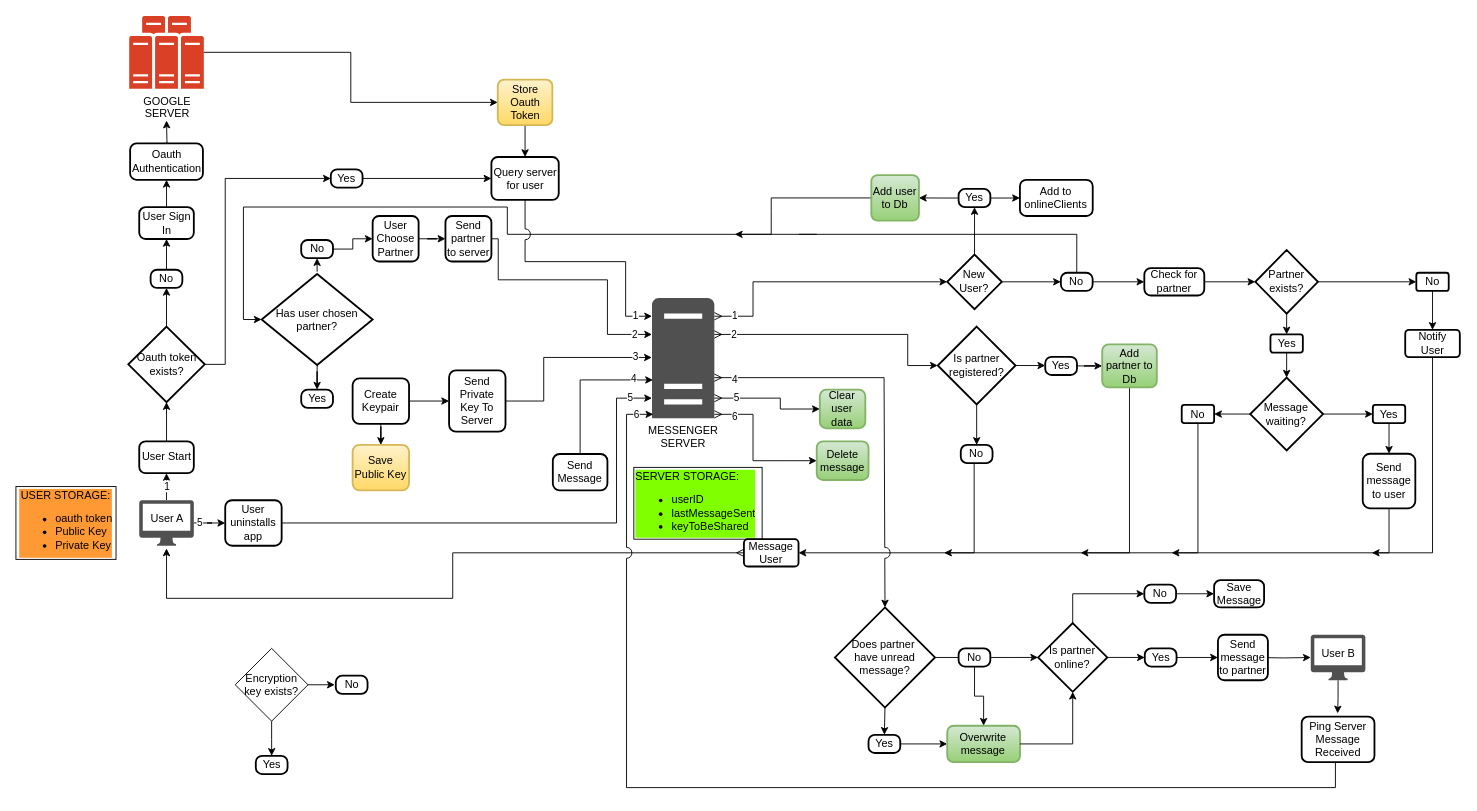
Above: mini_messenger_flowchart.drawio in gitupwithit/mini_messenger_extension (draw.io), before the change. Source tidied: cells renumbered, new cells numbered last; positions are measured from the earlier drawing's top-left corner, leaving out a move shared by most shapes. Both pictures are drawn from the tidied source at 91%, with x=0, y=0 at pixel (15, 15).
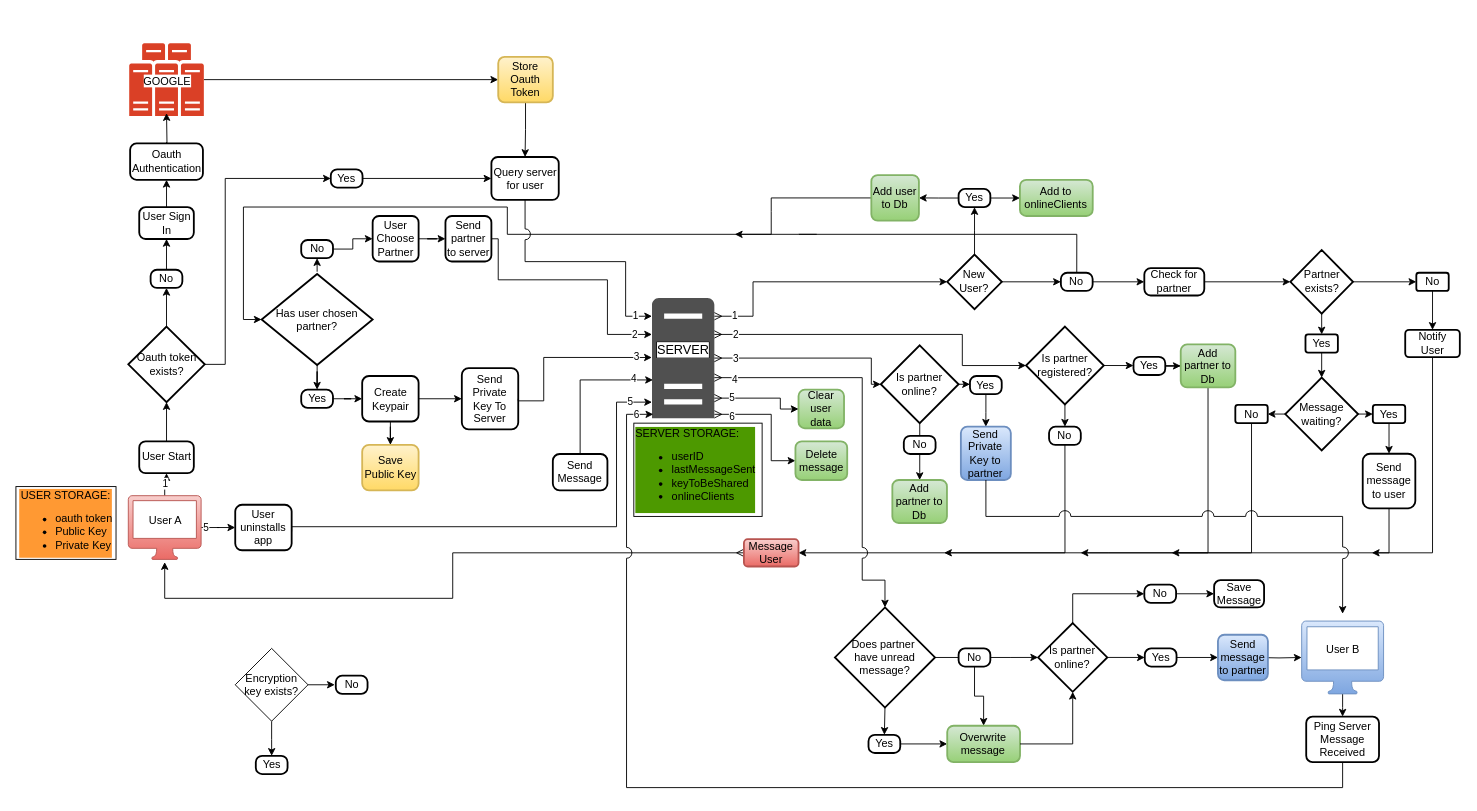
Above is the later version.

The change refers to these unchanged cells:
```xml
<mxCell id="12" value="Oauth&lt;div&gt;&lt;span style=&quot;background-color: initial;&quot;&gt;Authentication&lt;/span&gt;&lt;/div&gt;" style="rounded=1;whiteSpace=wrap;html=1;absoluteArcSize=1;arcSize=14;strokeWidth=2;" parent="1" vertex="1">
  <mxGeometry x="125.5" y="140.1" width="80" height="40" as="geometry" />
</mxCell>
<mxCell id="48" value="Yes" style="rounded=1;whiteSpace=wrap;html=1;absoluteArcSize=1;arcSize=14;strokeWidth=2;" parent="1" vertex="1">
  <mxGeometry x="313.5" y="410.7" width="34.9" height="20" as="geometry" />
</mxCell>
<mxCell id="81" value="&lt;span style=&quot;background-color: initial;&quot;&gt;Does partner&amp;nbsp;&lt;/span&gt;&lt;div&gt;&lt;span style=&quot;background-color: initial;&quot;&gt;have unread message?&lt;/span&gt;&lt;/div&gt;" style="strokeWidth=2;html=1;shape=mxgraph.flowchart.decision;whiteSpace=wrap;" parent="1" vertex="1">
  <mxGeometry x="900" y="650" width="110" height="110" as="geometry" />
</mxCell>
```

What changed in the source:
```diff
@@
-    <mxCell id="5" value="User A" style="sketch=0;shadow=0;dashed=0;html=1;strokeColor=none;fillColor=#505050;labelPosition=center;verticalLabelPosition=bottom;verticalAlign=top;outlineConnect=0;align=center;shape=mxgraph.office.devices.mac_client;spacingTop=-43;points=[[0,0.5,0,-3,0],[0.5,1,0,0,3]];" parent="1" vertex="1">
-      <mxGeometry x="135.5" y="532.2" width="60" height="50" as="geometry" />
+    <mxCell id="5" value="User A" style="sketch=0;shadow=0;dashed=0;html=1;strokeColor=#b85450;fillColor=#f8cecc;labelPosition=center;verticalLabelPosition=bottom;verticalAlign=top;outlineConnect=0;align=center;shape=mxgraph.office.devices.mac_client;spacingTop=-56;points=[[0,0.5,0,-3,0],[0.5,1,0,0,3]];gradientColor=#ea6b66;" parent="1" vertex="1">
+      <mxGeometry x="123.5" y="527.2" width="80" height="70" as="geometry" />
     </mxCell>
@@
     <mxCell id="8" value="&lt;div&gt;6&lt;/div&gt;" style="edgeStyle=orthogonalEdgeStyle;rounded=0;jettySize=auto;html=1;entryX=0;entryY=0.5;entryDx=0;entryDy=0;startArrow=ERmany;startFill=0;jumpStyle=none;" parent="1" edge="1" target="99">
       <mxGeometry x="-0.73" y="-2" relative="1" as="geometry">
         <mxPoint x="767.5" y="437.8" as="sourcePoint" />
         <Array as="points">
-          <mxPoint x="810" y="438" />
-          <mxPoint x="810" y="489" />
-          <mxPoint x="880" y="489" />
+          <mxPoint x="830" y="438" />
+          <mxPoint x="830" y="489" />
         </Array>
       </mxGeometry>
     </mxCell>
-    <mxCell id="9" value="MESSENGER&lt;br&gt;SERVER" style="sketch=0;shadow=0;dashed=0;html=1;strokeColor=none;fillColor=#505050;labelPosition=center;verticalLabelPosition=bottom;verticalAlign=top;outlineConnect=0;align=center;shape=mxgraph.office.servers.server_generic;points=[[0.11,0.94,0,0,0],[0.5,1,0,0,34],[1,1,0,2,3]];" parent="1" vertex="1">
+    <mxCell id="9" value="&lt;font style=&quot;font-size: 14px;&quot;&gt;SERVER&lt;/font&gt;" style="sketch=0;shadow=0;dashed=0;html=1;strokeColor=none;fillColor=#505050;labelPosition=center;verticalLabelPosition=bottom;verticalAlign=top;outlineConnect=0;align=center;shape=mxgraph.office.servers.server_generic;points=[[0.11,0.94,0,0,0],[0.5,1,0,0,34],[1,1,0,2,3]];spacingTop=-91;labelBackgroundColor=default;labelBorderColor=default;fontSize=10;" parent="1" vertex="1">
       <mxGeometry x="699" y="310" width="68.5" height="132" as="geometry" />
     </mxCell>
@@
-    <mxCell id="11" value="GOOGLE&lt;br&gt;SERVER" style="sketch=0;shadow=0;dashed=0;html=1;strokeColor=none;fillColor=#505050;labelPosition=center;verticalLabelPosition=bottom;verticalAlign=top;outlineConnect=0;align=center;shape=mxgraph.office.servers.server_farm;fillColor=#DA4026;points=[[0,0.84,0,-3,0],[0.5,1,0,0,35]];" parent="1" vertex="1">
-      <mxGeometry x="124.5" width="82" height="80" as="geometry" />
+    <mxCell id="11" value="GOOGLE" style="sketch=0;shadow=0;dashed=0;html=1;strokeColor=none;fillColor=#030100;labelPosition=center;verticalLabelPosition=bottom;verticalAlign=top;outlineConnect=0;align=center;shape=mxgraph.office.servers.server_farm;fillColor=#DA4026;points=[[0,0.84,0,-3,0],[0.5,0.96,0,0,0]];spacingTop=-52;labelBorderColor=none;labelBackgroundColor=default;" parent="1" vertex="1">
+      <mxGeometry x="124.5" y="30" width="82" height="80" as="geometry" />
     </mxCell>
@@
     <mxCell id="14" value="Store&lt;div&gt;Oauth&lt;/div&gt;&lt;div&gt;Token&lt;/div&gt;" style="rounded=1;whiteSpace=wrap;html=1;absoluteArcSize=1;arcSize=14;strokeWidth=2;fillColor=#fff2cc;strokeColor=#d6b656;gradientColor=#ffd966;" parent="1" vertex="1">
-      <mxGeometry x="529.5" y="70" width="60" height="50" as="geometry" />
+      <mxGeometry x="530" y="45" width="60" height="50" as="geometry" />
     </mxCell>
@@
     <mxCell id="26" style="edgeStyle=orthogonalEdgeStyle;rounded=0;jettySize=auto;html=1;exitX=0;exitY=0.5;exitDx=0;exitDy=0;startArrow=ERmany;startFill=0;flowAnimation=1;entryX=0.5;entryY=1;entryDx=0;entryDy=3;entryPerimeter=0;" parent="1" edge="1" source="87" target="5">
       <mxGeometry relative="1" as="geometry">
         <Array as="points">
           <mxPoint x="480" y="590" />
           <mxPoint x="480" y="640" />
-          <mxPoint x="166" y="640" />
+          <mxPoint x="163" y="640" />
+          <mxPoint x="163" y="600" />
         </Array>
       </mxGeometry>
     </mxCell>
@@
     <mxCell id="32" value="Partner&lt;div&gt;exists?&lt;/div&gt;" style="rhombus;whiteSpace=wrap;html=1;rounded=1;arcSize=0;strokeWidth=2;" parent="1" vertex="1">
-      <mxGeometry x="1362" y="257.2" width="68.8" height="70" as="geometry" />
+      <mxGeometry x="1400.5" y="257.2" width="68.8" height="70" as="geometry" />
     </mxCell>
@@
     <mxCell id="42" value="Message waiting?" style="rhombus;whiteSpace=wrap;html=1;rounded=1;arcSize=0;strokeWidth=2;" parent="1" vertex="1">
-      <mxGeometry x="1356.4" y="397.5" width="80" height="80" as="geometry" />
+      <mxGeometry x="1394.9" y="397.5" width="80" height="80" as="geometry" />
     </mxCell>
     <mxCell id="43" style="edgeStyle=orthogonalEdgeStyle;rounded=0;jettySize=auto;html=1;exitX=0.5;exitY=1;exitDx=0;exitDy=0;flowAnimation=1;" parent="1" edge="1" source="44">
       <mxGeometry relative="1" as="geometry">
         <mxPoint x="1270" y="590" as="targetPoint" />
         <Array as="points">
-          <mxPoint x="1299" y="590" />
+          <mxPoint x="1358" y="590" />
         </Array>
       </mxGeometry>
     </mxCell>
     <mxCell id="44" value="No" style="whiteSpace=wrap;html=1;rounded=1;arcSize=14;strokeWidth=2;" parent="1" vertex="1">
-      <mxGeometry x="1281.1" y="427.5" width="35.6" height="20" as="geometry" />
+      <mxGeometry x="1340" y="427.5" width="35.6" height="20" as="geometry" />
     </mxCell>
@@
+    <mxCell id="131" style="edgeStyle=orthogonalEdgeStyle;rounded=0;jettySize=auto;html=1;entryX=0;entryY=0.5;entryDx=0;entryDy=0;" parent="1" edge="1" source="48" target="120">
+      <mxGeometry relative="1" as="geometry" />
+    </mxCell>
@@
     <mxCell id="56" value="&lt;span style=&quot;background-color: initial;&quot;&gt;Is partner registered?&lt;/span&gt;" style="strokeWidth=2;html=1;shape=mxgraph.flowchart.decision;whiteSpace=wrap;" parent="1" vertex="1">
-      <mxGeometry x="1013" y="341.4" width="85.5" height="85.5" as="geometry" />
+      <mxGeometry x="1110" y="341.4" width="85.5" height="85.5" as="geometry" />
     </mxCell>
     <mxCell id="57" value="2" style="edgeStyle=orthogonalEdgeStyle;rounded=0;jettySize=auto;html=1;startArrow=ERmany;startFill=0;entryX=0;entryY=0.5;entryDx=0;entryDy=0;entryPerimeter=0;" parent="1" edge="1" source="9" target="56">
-      <mxGeometry x="-0.85" relative="1" as="geometry">
+      <mxGeometry x="-0.88" relative="1" as="geometry">
         <Array as="points">
-          <mxPoint x="980" y="350" />
-          <mxPoint x="980" y="384" />
+          <mxPoint x="1040" y="350" />
+          <mxPoint x="1040" y="384" />
         </Array>
       </mxGeometry>
     </mxCell>
@@
     <mxCell id="59" value="Yes" style="rounded=1;whiteSpace=wrap;html=1;absoluteArcSize=1;arcSize=14;strokeWidth=2;" parent="1" vertex="1">
-      <mxGeometry x="1131.1" y="374.6" width="34.9" height="20" as="geometry" />
+      <mxGeometry x="1228.1" y="374.6" width="34.9" height="20" as="geometry" />
     </mxCell>
     <mxCell id="60" style="edgeStyle=orthogonalEdgeStyle;rounded=0;jettySize=auto;html=1;exitX=0.5;exitY=1;exitDx=0;exitDy=0;entryX=1;entryY=0.5;entryDx=0;entryDy=0;flowAnimation=1;" parent="1" edge="1" source="61" target="87">
       <mxGeometry relative="1" as="geometry">
         <Array as="points">
-          <mxPoint x="1053" y="590" />
+          <mxPoint x="1153" y="590" />
         </Array>
       </mxGeometry>
     </mxCell>
     <mxCell id="61" value="No" style="rounded=1;whiteSpace=wrap;html=1;absoluteArcSize=1;arcSize=14;strokeWidth=2;" parent="1" vertex="1">
-      <mxGeometry x="1038.3" y="471.4" width="34.9" height="20" as="geometry" />
+      <mxGeometry x="1135.3" y="451.4" width="34.9" height="20" as="geometry" />
     </mxCell>
@@
     <mxCell id="64" value="Add partner to Db" style="rounded=1;whiteSpace=wrap;html=1;absoluteArcSize=1;arcSize=14;strokeWidth=2;fillColor=#d5e8d4;strokeColor=#82b366;gradientColor=#97d077;" parent="1" vertex="1">
-      <mxGeometry x="1193.7" y="361" width="60" height="47.2" as="geometry" />
+      <mxGeometry x="1280" y="361" width="60" height="47.2" as="geometry" />
     </mxCell>
@@
     <mxCell id="73" value="4" style="edgeStyle=orthogonalEdgeStyle;rounded=0;jettySize=auto;html=1;startArrow=ERmany;startFill=0;jumpStyle=arc;jumpSize=12;entryX=0.5;entryY=0;entryDx=0;entryDy=0;entryPerimeter=0;" parent="1" edge="1" target="81">
       <mxGeometry x="-0.9" y="-2" relative="1" as="geometry">
         <mxPoint x="767.5" y="397.5" as="sourcePoint" />
         <Array as="points">
-          <mxPoint x="954" y="398" />
-          <mxPoint x="954" y="620" />
+          <mxPoint x="930" y="398" />
+          <mxPoint x="930" y="620" />
           <mxPoint x="955" y="620" />
         </Array>
       </mxGeometry>
     </mxCell>
-    <mxCell id="74" style="edgeStyle=orthogonalEdgeStyle;rounded=0;jettySize=auto;html=1;entryX=0.494;entryY=-0.071;entryDx=0;entryDy=0;entryPerimeter=0;" parent="1" edge="1" source="75" target="98">
-      <mxGeometry relative="1" as="geometry" />
+    <mxCell id="74" style="edgeStyle=orthogonalEdgeStyle;rounded=0;jettySize=auto;html=1;entryX=0.5;entryY=0;entryDx=0;entryDy=0;" parent="1" edge="1" source="75" target="98">
+      <mxGeometry relative="1" as="geometry">
+        <Array as="points">
+          <mxPoint x="1458" y="760" />
+          <mxPoint x="1458" y="760" />
+        </Array>
+      </mxGeometry>
     </mxCell>
-    <mxCell id="75" value="User B" style="sketch=0;shadow=0;dashed=0;html=1;strokeColor=none;fillColor=#505050;labelPosition=center;verticalLabelPosition=bottom;verticalAlign=top;outlineConnect=0;align=center;shape=mxgraph.office.devices.mac_client;points=[[0,0,0,-37,-3],[0.5,1,0,0,21]];spacingBottom=0;spacingTop=-43;" parent="1" vertex="1">
-      <mxGeometry x="1422.9" y="680" width="60" height="50" as="geometry" />
+    <mxCell id="75" value="User B" style="sketch=0;shadow=0;dashed=0;html=1;strokeColor=#6c8ebf;fillColor=#dae8fc;labelPosition=center;verticalLabelPosition=bottom;verticalAlign=top;outlineConnect=0;align=center;shape=mxgraph.office.devices.mac_client;points=[[0,0,0,-37,-3],[0.5,0,0,0,-8],[0.5,1,0,0,21]];spacingBottom=0;spacingTop=-62;gradientColor=#7ea6e0;" parent="1" vertex="1">
+      <mxGeometry x="1412.9" y="665" width="90" height="80" as="geometry" />
     </mxCell>
@@
-    <mxCell id="77" value="Send message to partner" style="rounded=1;whiteSpace=wrap;html=1;absoluteArcSize=1;arcSize=14;strokeWidth=2;" parent="1" vertex="1">
+    <mxCell id="77" value="Send message to partner" style="rounded=1;whiteSpace=wrap;html=1;absoluteArcSize=1;arcSize=14;strokeWidth=2;fillColor=#dae8fc;gradientColor=#7ea6e0;strokeColor=#6c8ebf;" parent="1" vertex="1">
       <mxGeometry x="1320.9" y="680" width="54.9" height="50" as="geometry" />
     </mxCell>
@@
-    <mxCell id="87" value="Message User" style="whiteSpace=wrap;html=1;rounded=1;arcSize=14;strokeWidth=2;" parent="1" vertex="1">
+    <mxCell id="87" value="Message User" style="whiteSpace=wrap;html=1;rounded=1;arcSize=14;strokeWidth=2;fillColor=#f8cecc;gradientColor=#ea6b66;strokeColor=#b85450;" parent="1" vertex="1">
       <mxGeometry x="800" y="575" width="60" height="30" as="geometry" />
     </mxCell>
@@
     <mxCell id="89" value="Yes" style="whiteSpace=wrap;html=1;rounded=1;arcSize=14;strokeWidth=2;" parent="1" vertex="1">
-      <mxGeometry x="1378.6" y="350" width="35.6" height="20" as="geometry" />
+      <mxGeometry x="1417.1" y="350" width="35.6" height="20" as="geometry" />
     </mxCell>
@@
-    <mxCell id="91" value="5" style="edgeStyle=orthogonalEdgeStyle;rounded=0;jettySize=auto;html=1;exitX=1;exitY=0.5;exitDx=0;exitDy=0;" parent="1" edge="1" source="92" target="9">
+    <mxCell id="91" value="5" style="edgeStyle=orthogonalEdgeStyle;rounded=0;orthogonalLoop=1;jettySize=auto;html=1;exitX=1;exitY=0.5;exitDx=0;exitDy=0;" parent="1" edge="1">
       <mxGeometry x="0.91" relative="1" as="geometry">
+        <mxPoint x="303" y="566.6" as="sourcePoint" />
+        <mxPoint x="699" y="424.4" as="targetPoint" />
         <Array as="points">
-          <mxPoint x="660" y="557" />
-          <mxPoint x="660" y="420" />
+          <mxPoint x="660" y="561.3" />
+          <mxPoint x="660" y="424.3" />
         </Array>
       </mxGeometry>
     </mxCell>
     <mxCell id="92" value="User uninstalls app" style="rounded=1;whiteSpace=wrap;html=1;absoluteArcSize=1;arcSize=15;strokeWidth=2;" parent="1" vertex="1">
-      <mxGeometry x="230" y="532.2" width="62" height="50" as="geometry" />
+      <mxGeometry x="241" y="537.2" width="62" height="50" as="geometry" />
     </mxCell>
     <mxCell id="93" value="Clear&lt;div&gt;user&lt;/div&gt;&lt;div&gt;data&lt;/div&gt;" style="rounded=1;whiteSpace=wrap;html=1;absoluteArcSize=1;arcSize=14;strokeWidth=2;fillColor=#d5e8d4;gradientColor=#97d077;strokeColor=#82b366;" parent="1" vertex="1">
-      <mxGeometry x="883.4" y="410.7" width="50" height="42.5" as="geometry" />
+      <mxGeometry x="860" y="410.7" width="50" height="42.5" as="geometry" />
     </mxCell>
@@
     <mxCell id="97" value="6" style="edgeStyle=orthogonalEdgeStyle;rounded=0;jettySize=auto;html=1;exitX=0.5;exitY=1;exitDx=0;exitDy=0;jumpStyle=arc;jumpSize=12;" parent="1" edge="1" source="98">
       <mxGeometry x="0.97" relative="1" as="geometry">
         <mxPoint x="700.4" y="437.8" as="targetPoint" />
         <Array as="points">
-          <mxPoint x="1450" y="820" />
-          <mxPoint x="1450" y="848" />
+          <mxPoint x="1458" y="848" />
           <mxPoint x="671" y="848" />
           <mxPoint x="671" y="438" />
         </Array>
       </mxGeometry>
     </mxCell>
     <mxCell id="98" value="Ping Server Message Received" style="rounded=1;whiteSpace=wrap;html=1;absoluteArcSize=1;arcSize=14;strokeWidth=2;" parent="1" vertex="1">
-      <mxGeometry x="1412.9" y="770" width="80" height="50" as="geometry" />
+      <mxGeometry x="1417.9" y="770" width="80" height="50" as="geometry" />
     </mxCell>
     <mxCell id="99" value="Delete message" style="rounded=1;whiteSpace=wrap;html=1;absoluteArcSize=1;arcSize=14;strokeWidth=2;fillColor=#d5e8d4;gradientColor=#97d077;strokeColor=#82b366;" parent="1" vertex="1">
-      <mxGeometry x="880" y="467.5" width="56.9" height="42.5" as="geometry" />
+      <mxGeometry x="856.6" y="467.5" width="56.9" height="42.5" as="geometry" />
     </mxCell>
@@
-    <mxCell id="107" style="edgeStyle=orthogonalEdgeStyle;rounded=0;jettySize=auto;html=1;exitX=0.5;exitY=0;exitDx=0;exitDy=0;entryX=0.5;entryY=1;entryDx=0;entryDy=35;entryPerimeter=0;" parent="1" edge="1" source="12" target="11">
+    <mxCell id="107" style="edgeStyle=orthogonalEdgeStyle;rounded=0;jettySize=auto;html=1;exitX=0.5;exitY=0;exitDx=0;exitDy=0;entryX=0.5;entryY=0.96;entryDx=0;entryDy=0;entryPerimeter=0;" parent="1" edge="1" source="12" target="11">
       <mxGeometry relative="1" as="geometry">
         <Array as="points">
           <mxPoint x="166" y="139" />
+          <mxPoint x="166" y="139" />
           <mxPoint x="166" y="140" />
-          <mxPoint x="162" y="140" />
         </Array>
       </mxGeometry>
     </mxCell>
@@
-    <mxCell id="113" value="Add to onlineClients" style="rounded=1;whiteSpace=wrap;html=1;absoluteArcSize=1;arcSize=14;strokeWidth=2;" parent="1" vertex="1">
+    <mxCell id="113" value="Add to onlineClients" style="rounded=1;whiteSpace=wrap;html=1;absoluteArcSize=1;arcSize=14;strokeWidth=2;fillColor=#d5e8d4;gradientColor=#97d077;strokeColor=#82b366;" parent="1" vertex="1">
       <mxGeometry x="1103.3" y="180.1" width="80" height="39.8" as="geometry" />
     </mxCell>
@@
     <mxCell id="120" value="Create Keypair" style="rounded=1;whiteSpace=wrap;html=1;absoluteArcSize=1;arcSize=15;strokeWidth=2;" parent="1" vertex="1">
-      <mxGeometry x="370" y="398.2" width="62" height="50" as="geometry" />
+      <mxGeometry x="380.5" y="395.7" width="62" height="50" as="geometry" />
     </mxCell>
     <mxCell id="121" value="Send Private Key To Server" style="rounded=1;whiteSpace=wrap;html=1;absoluteArcSize=1;arcSize=15;strokeWidth=2;" parent="1" vertex="1">
-      <mxGeometry x="476" y="389.6" width="62" height="67.2" as="geometry" />
+      <mxGeometry x="490" y="387.1" width="62" height="67.2" as="geometry" />
     </mxCell>
@@
     <mxCell id="126" value="Save Public Key" style="rounded=1;whiteSpace=wrap;html=1;absoluteArcSize=1;arcSize=15;strokeWidth=2;fillColor=#fff2cc;strokeColor=#d6b656;gradientColor=#ffd966;" parent="1" vertex="1">
-      <mxGeometry x="370" y="471.4" width="62" height="50" as="geometry" />
+      <mxGeometry x="380.5" y="471.4" width="62" height="50" as="geometry" />
     </mxCell>
@@
-    <mxCell id="128" value="&lt;div&gt;SERVER STORAGE:&lt;/div&gt;&lt;ul&gt;&lt;li&gt;userID&lt;/li&gt;&lt;li&gt;lastMessageSent&lt;/li&gt;&lt;li&gt;keyToBeShared&lt;/li&gt;&lt;/ul&gt;" style="text;strokeColor=default;fillColor=none;html=1;whiteSpace=wrap;verticalAlign=middle;overflow=hidden;labelBackgroundColor=#80FF00;align=left;" parent="1" vertex="1">
-      <mxGeometry x="679" y="496.1" width="141" height="78.9" as="geometry" />
+    <mxCell id="128" value="&lt;div&gt;SERVER STORAGE:&lt;/div&gt;&lt;ul&gt;&lt;li&gt;userID&lt;/li&gt;&lt;li&gt;lastMessageSent&lt;/li&gt;&lt;li&gt;keyToBeShared&lt;/li&gt;&lt;li&gt;onlineClients&lt;/li&gt;&lt;/ul&gt;" style="text;strokeColor=default;fillColor=none;html=1;whiteSpace=wrap;verticalAlign=middle;overflow=hidden;labelBackgroundColor=#4D9900;align=left;" parent="1" vertex="1">
+      <mxGeometry x="679" y="447.5" width="141" height="102.5" as="geometry" />
     </mxCell>
@@
+    <mxCell id="132" style="edgeStyle=orthogonalEdgeStyle;rounded=0;jettySize=auto;html=1;entryX=0.5;entryY=0;entryDx=0;entryDy=0;" parent="1" edge="1" source="134" target="140">
+      <mxGeometry relative="1" as="geometry" />
+    </mxCell>
+    <mxCell id="133" style="edgeStyle=orthogonalEdgeStyle;rounded=0;jettySize=auto;html=1;exitX=1;exitY=0.5;exitDx=0;exitDy=0;exitPerimeter=0;entryX=0;entryY=0.5;entryDx=0;entryDy=0;" parent="1" edge="1" source="134" target="138">
+      <mxGeometry relative="1" as="geometry" />
+    </mxCell>
+    <mxCell id="134" value="&lt;span style=&quot;background-color: initial;&quot;&gt;Is partner online?&lt;/span&gt;" style="strokeWidth=2;html=1;shape=mxgraph.flowchart.decision;whiteSpace=wrap;" parent="1" vertex="1">
+      <mxGeometry x="950.4" y="362" width="85.5" height="85.5" as="geometry" />
+    </mxCell>
+    <mxCell id="135" style="edgeStyle=orthogonalEdgeStyle;rounded=0;jettySize=auto;html=1;entryX=0;entryY=0.5;entryDx=0;entryDy=0;entryPerimeter=0;startArrow=ERmany;startFill=0;" parent="1" edge="1" source="9" target="134">
+      <mxGeometry relative="1" as="geometry">
+        <Array as="points">
+          <mxPoint x="940" y="376" />
+          <mxPoint x="940" y="405" />
+        </Array>
+      </mxGeometry>
+    </mxCell>
+    <mxCell id="136" value="3" style="edgeLabel;html=1;align=center;verticalAlign=middle;" parent="135" vertex="1">
+      <mxGeometry x="-0.83" y="-3" relative="1" as="geometry">
+        <mxPoint x="5" y="-3" as="offset" />
+      </mxGeometry>
+    </mxCell>
+    <mxCell id="137" style="edgeStyle=orthogonalEdgeStyle;rounded=0;jettySize=auto;html=1;entryX=0.5;entryY=0;entryDx=0;entryDy=0;" parent="1" edge="1" source="138" target="142">
+      <mxGeometry relative="1" as="geometry" />
+    </mxCell>
+    <mxCell id="138" value="Yes" style="rounded=1;whiteSpace=wrap;html=1;absoluteArcSize=1;arcSize=14;strokeWidth=2;" parent="1" vertex="1">
+      <mxGeometry x="1048.4" y="395.7" width="34.9" height="20" as="geometry" />
+    </mxCell>
+    <mxCell id="139" style="edgeStyle=orthogonalEdgeStyle;rounded=0;jettySize=auto;html=1;entryX=0.5;entryY=0;entryDx=0;entryDy=0;" parent="1" edge="1" source="140" target="141">
+      <mxGeometry relative="1" as="geometry" />
+    </mxCell>
+    <mxCell id="140" value="No" style="rounded=1;whiteSpace=wrap;html=1;absoluteArcSize=1;arcSize=14;strokeWidth=2;" parent="1" vertex="1">
+      <mxGeometry x="975.7" y="461.4" width="34.9" height="20" as="geometry" />
+    </mxCell>
+    <mxCell id="141" value="Add partner to Db" style="rounded=1;whiteSpace=wrap;html=1;absoluteArcSize=1;arcSize=14;strokeWidth=2;fillColor=#d5e8d4;strokeColor=#82b366;gradientColor=#97d077;" parent="1" vertex="1">
+      <mxGeometry x="963.1" y="510" width="60" height="47.2" as="geometry" />
+    </mxCell>
+    <mxCell id="142" value="Send Private Key to partner" style="rounded=1;whiteSpace=wrap;html=1;absoluteArcSize=1;arcSize=14;strokeWidth=2;fillColor=#dae8fc;gradientColor=#7ea6e0;strokeColor=#6c8ebf;" parent="1" vertex="1">
+      <mxGeometry x="1038.4" y="451.4" width="54.9" height="58.6" as="geometry" />
+    </mxCell>
+    <mxCell id="143" style="edgeStyle=orthogonalEdgeStyle;rounded=0;jettySize=auto;html=1;entryX=0.5;entryY=0;entryDx=0;entryDy=-8;entryPerimeter=0;jumpStyle=arc;jumpSize=13;" parent="1" edge="1" source="142" target="75">
+      <mxGeometry relative="1" as="geometry">
+        <Array as="points">
+          <mxPoint x="1066" y="550" />
+          <mxPoint x="1458" y="550" />
+        </Array>
+      </mxGeometry>
+    </mxCell>
```
